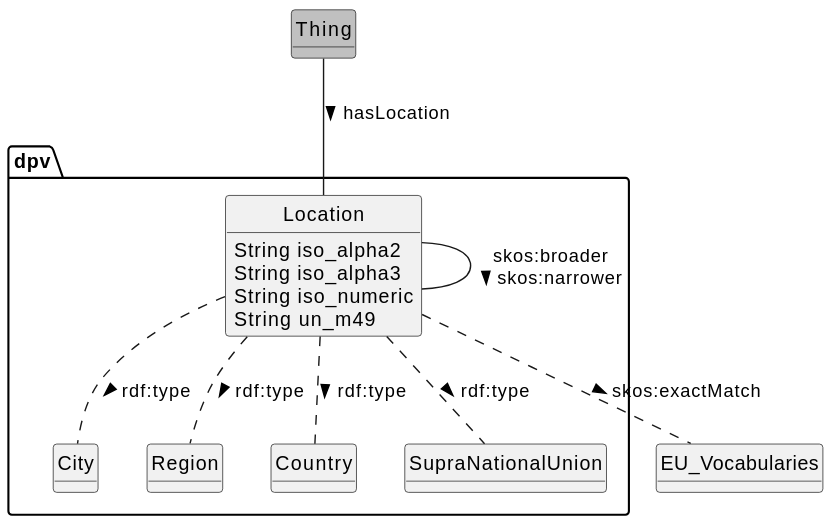
This is 2.2/diagrams/overview_loc.svg from w3c/dpv, a PlantUML export, as it was before one commit. Its diagram source:
```plantuml
@startuml
hide methods
hide circles

class Thing #silver

package dpv {
    class Location {
        String iso_alpha2
        String iso_alpha3
        String iso_numeric
        String un_m49
    }
    class City
    class Region
    class Country
    class SupraNationalUnion
}

Thing -- Location : hasLocation >
Location .. City : rdf:type >
Location .. Region : rdf:type >
Location .. Country : rdf:type >
Location .. SupraNationalUnion : rdf:type >
Location -- Location : skos:broader\nskos:narrower >
Location .. EU_Vocabularies : skos:exactMatch >
@enduml
```
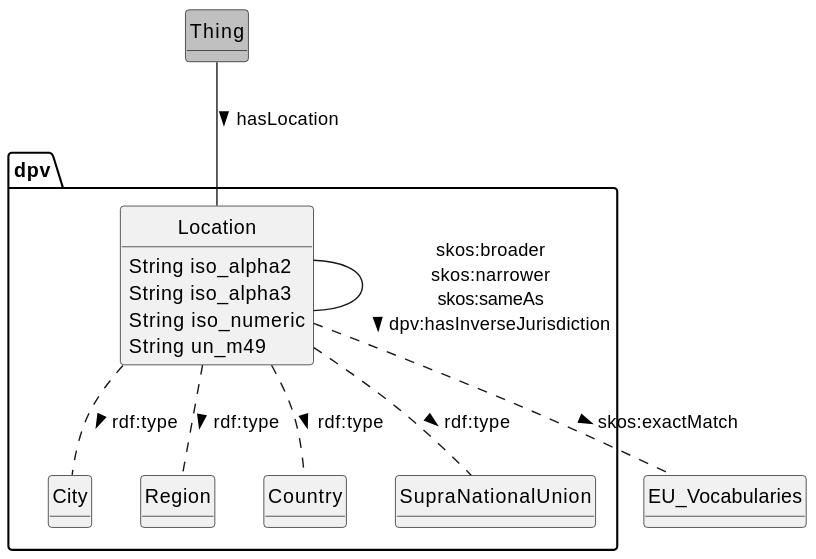
The same file after the commit.

What changed in the source:
```diff
@@ -22,6 +22,6 @@
 Location .. Region : rdf:type >
 Location .. Country : rdf:type >
 Location .. SupraNationalUnion : rdf:type >
-Location -- Location : skos:broader\nskos:narrower >
+Location -- Location : skos:broader\nskos:narrower\nskos:sameAs\ndpv:hasInverseJurisdiction >
 Location .. EU_Vocabularies : skos:exactMatch >
 @enduml
```
